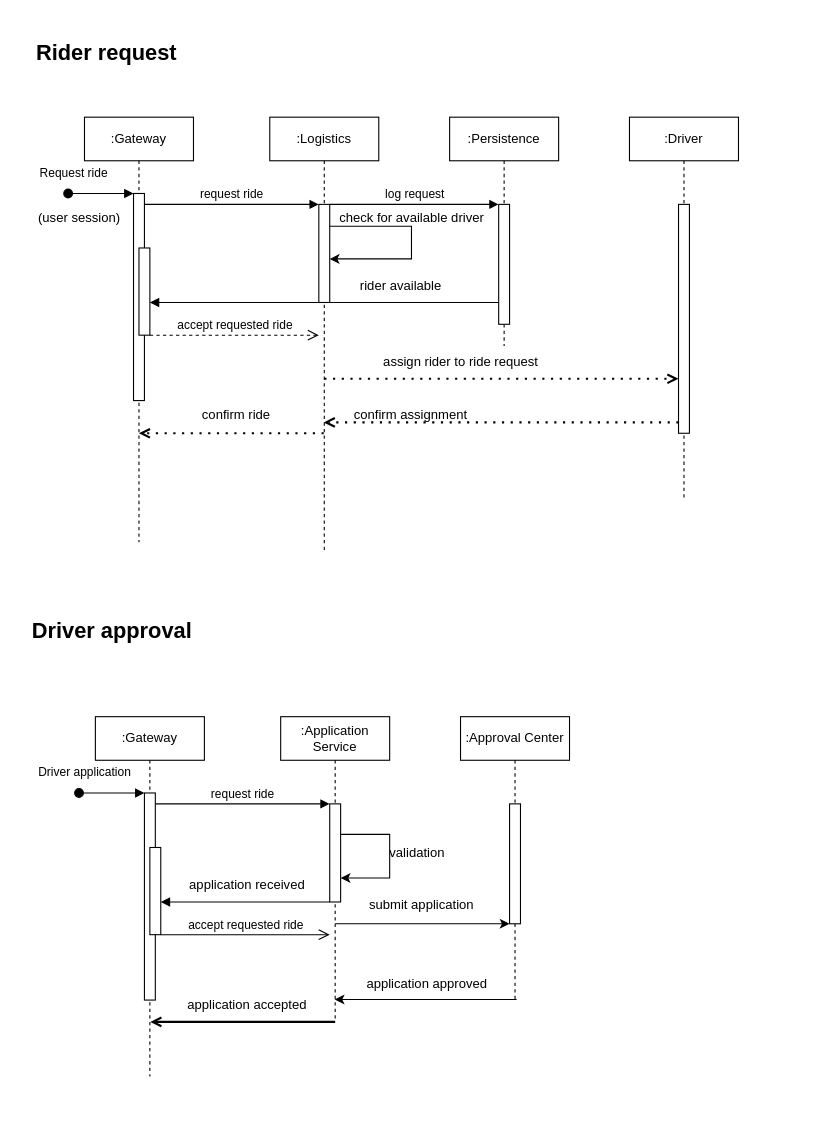
skyler544/SWARC-Arc42 keeps this draw.io diagram as materials/runtime.drawio. Above is the earlier version. Source tidied: cells renumbered, new cells numbered last; positions are measured from the earlier drawing's top-left corner, leaving out a move shared by most shapes. Both pictures are drawn from the tidied source at 109%, with x=0, y=0 at pixel (29, 29).
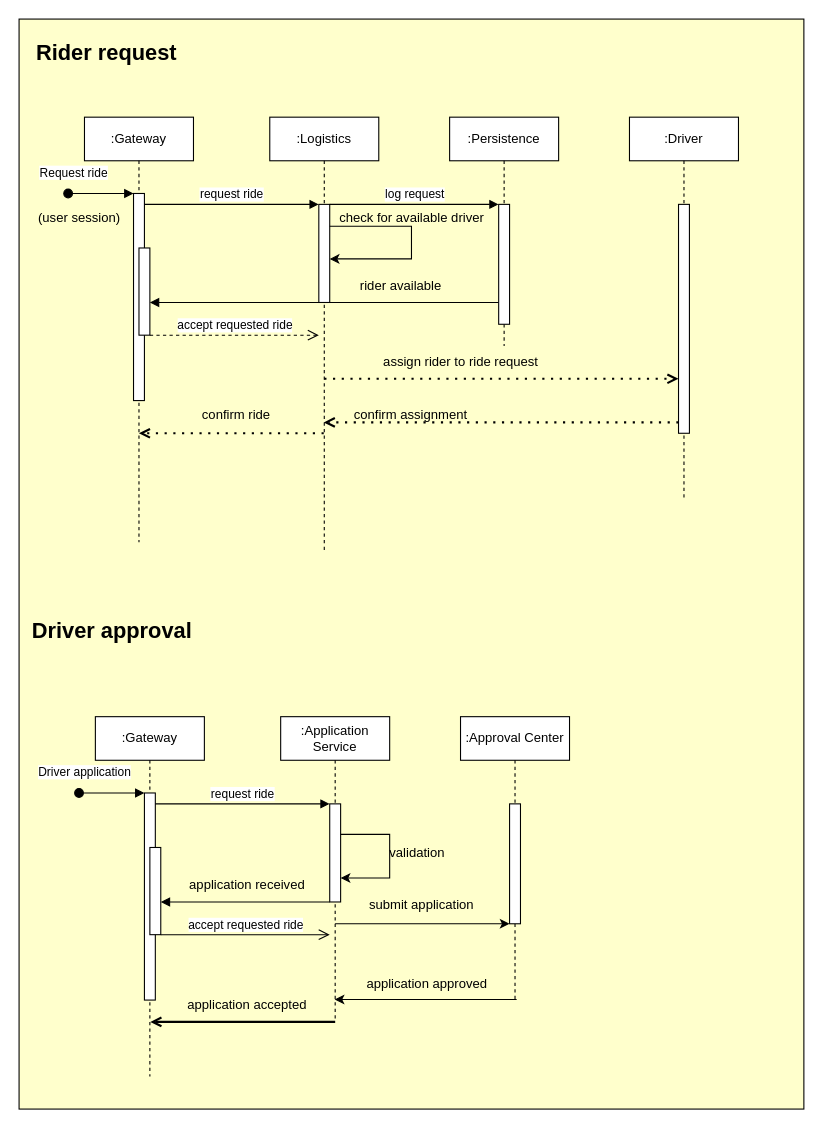
After the change.

What changed in the source:
```diff
@@
+    <mxCell id="48" style="rounded=0;whiteSpace=wrap;html=1;fillColor=#FFFFCC;" parent="1" vertex="1">
+      <mxGeometry x="-10" y="-10" width="720" height="1000" as="geometry" />
+    </mxCell>
```
